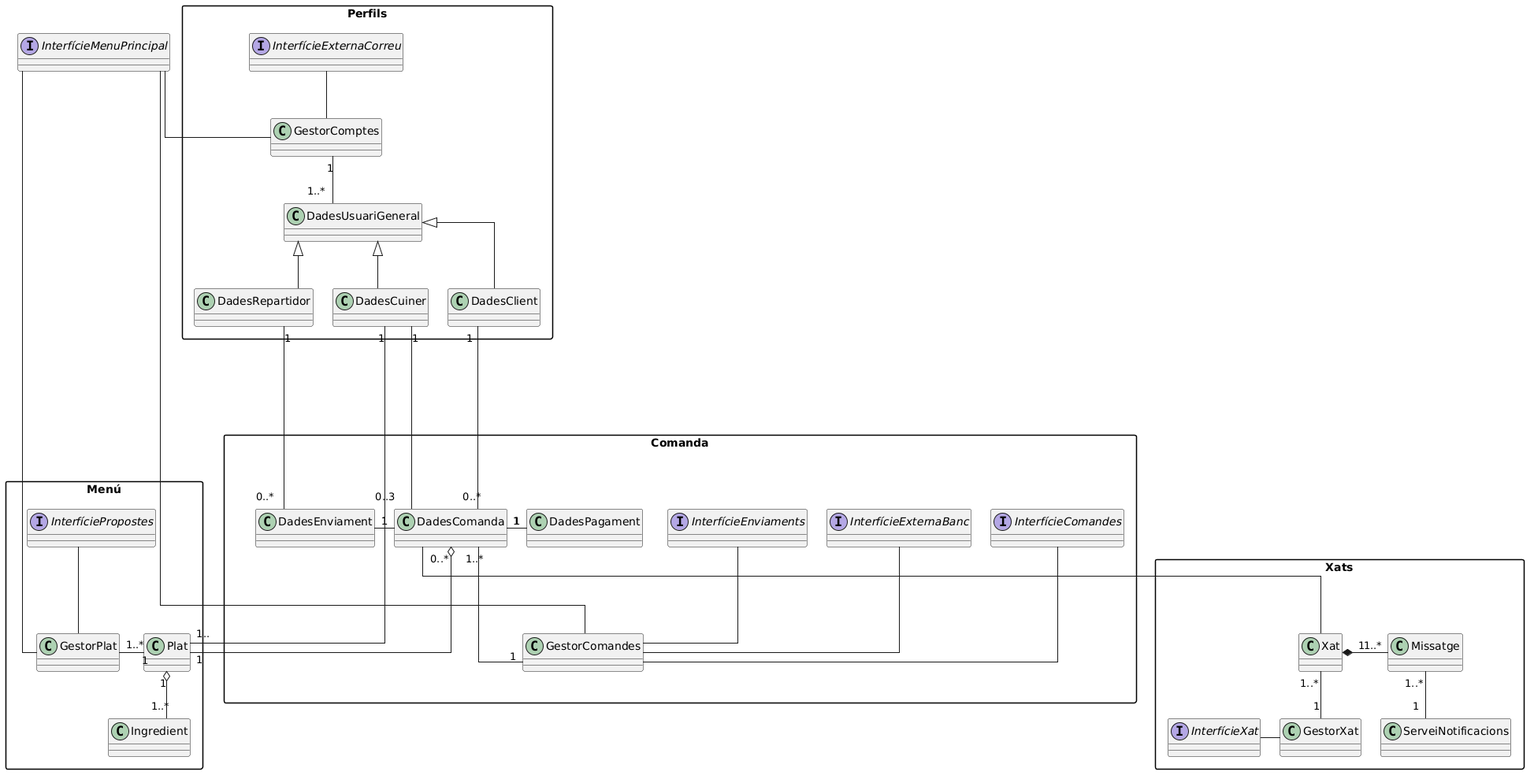
The PlantUML diagram documents/Diagrames i Especificacions/Classes/General + Control/DC CONTROL + INTER.png in martipages/ES23UAB431-02, before a commit. Source of this version:
```plantuml
@startuml
skinparam groupInheritance 1
skinparam linetype ortho
skinparam packageStyle rectangle
skinparam shadowing false
skinparam nodesep 25
skinparam ranksep 60

skinparam package<<Layout>> {
  borderColor Transparent
  backgroundColor Transparent
  fontColor Transparent
  stereotypeFontColor Transparent
  BorderThickness 10
}


namespace Perfils{
class GestorComptes
class DadesRepartidor
class DadesCuiner
class DadesClient
class DadesUsuariGeneral
interface InterfícieExternaCorreu
}

namespace Comanda {
 package p2 <<Layout>>{
class GestorComandes
class DadesComanda
class DadesPagament
class DadesEnviament
}
interface InterfícieEnviaments
interface InterfícieExternaBanc
interface InterfícieComandes
}

namespace Menú {
package p4 <<Layout>>{
class GestorPlat
}
class Plat
class Ingredient
interface InterfíciePropostes
}

namespace Xats {
 package p1 <<Layout>>{
class Xat
}
class Missatge
class GestorXat
class ServeiNotificacions
interface InterfícieXat
}

interface InterfícieMenuPrincipal

InterfícieXat -right- GestorXat
InterfícieMenuPrincipal -- GestorComptes
InterfícieMenuPrincipal -- GestorPlat
InterfícieMenuPrincipal -- GestorComandes
InterfícieExternaCorreu -- GestorComptes
InterfíciePropostes -- GestorPlat
InterfícieExternaBanc -- GestorComandes
InterfícieComandes -- GestorComandes
InterfícieEnviaments -- GestorComandes

DadesUsuariGeneral <|-down- DadesRepartidor
DadesUsuariGeneral <|-down- DadesCuiner
DadesUsuariGeneral <|-down- DadesClient

DadesComanda "1" -right- "1" DadesPagament
DadesComanda "1" -left- "1" DadesEnviament

DadesComanda -- Xat

DadesCuiner "1" -down- "1.." Plat
DadesClient "1" --down-- "    0..*" DadesComanda
DadesRepartidor "1" --down-- "0..*" DadesEnviament
DadesCuiner "1" -down- "          0..3" DadesComanda
Plat "1" -up-o "0..*" DadesComanda
Xat "   1" *- "1..*" Missatge
Plat "1" o-- "1..*" Ingredient

GestorComptes "1" -- "1..*" DadesUsuariGeneral
GestorComandes "1" -up- "1..*" DadesComanda
GestorPlat "     1" -left- "1..*" Plat
GestorXat "1" -up- "1..*" Xat
ServeiNotificacions "1" -up- "1..*" Missatge
@enduml
```
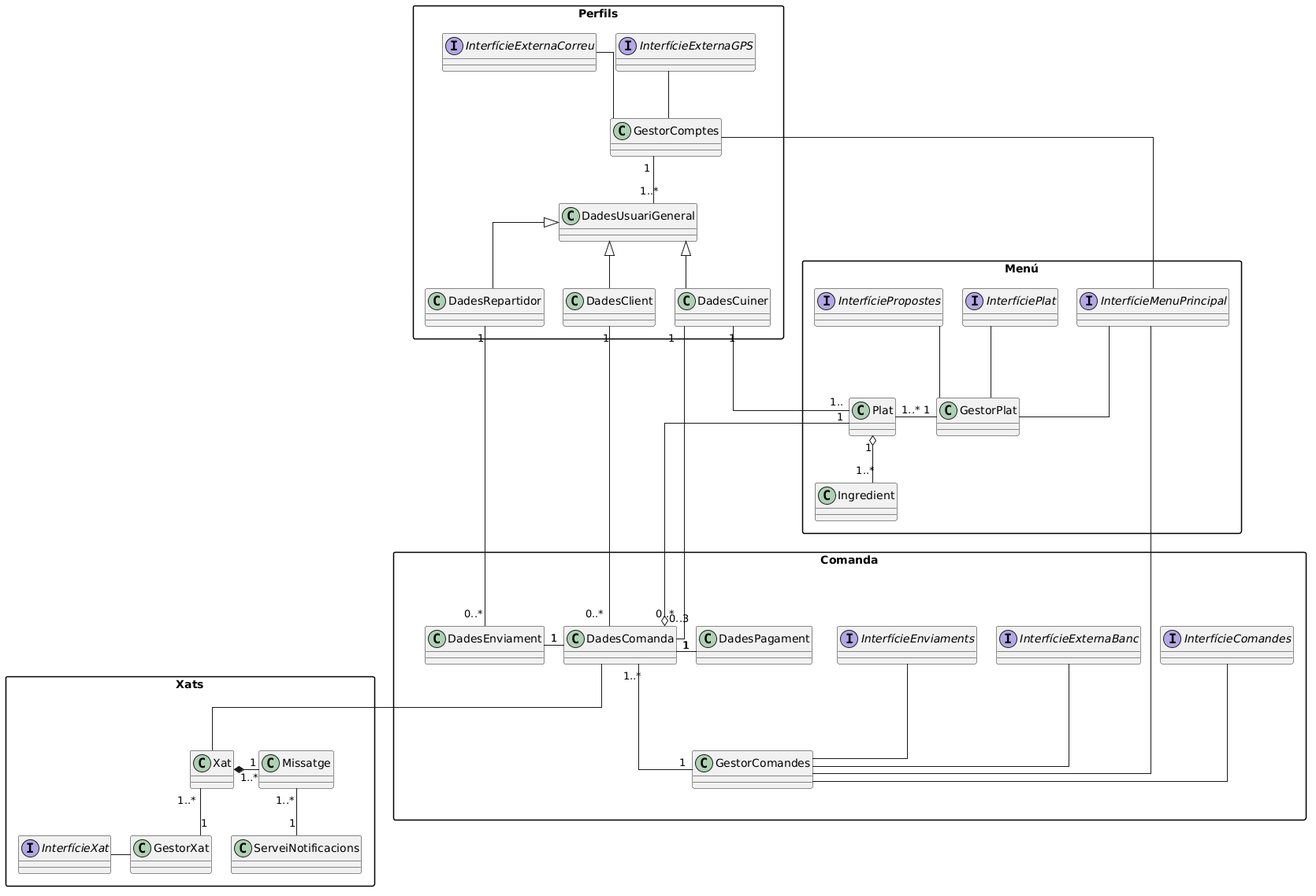
Above is the later version.

What changed in the source:
```diff
@@ -22,6 +22,7 @@
 class DadesClient
 class DadesUsuariGeneral
 interface InterfícieExternaCorreu
+interface InterfícieExternaGPS
 }
 
 namespace Comanda {
@@ -42,7 +43,9 @@
 }
 class Plat
 class Ingredient
+interface InterfícieMenuPrincipal
 interface InterfíciePropostes
+interface InterfíciePlat
 }
 
 namespace Xats {
@@ -55,14 +58,14 @@
 interface InterfícieXat
 }
 
-interface InterfícieMenuPrincipal
-
 InterfícieXat -right- GestorXat
 InterfícieMenuPrincipal -- GestorComptes
 InterfícieMenuPrincipal -- GestorPlat
 InterfícieMenuPrincipal -- GestorComandes
 InterfícieExternaCorreu -- GestorComptes
+InterfícieExternaGPS -- GestorComptes
 InterfíciePropostes -- GestorPlat
+InterfíciePlat -- GestorPlat
 InterfícieExternaBanc -- GestorComandes
 InterfícieComandes -- GestorComandes
 InterfícieEnviaments -- GestorComandes
```
